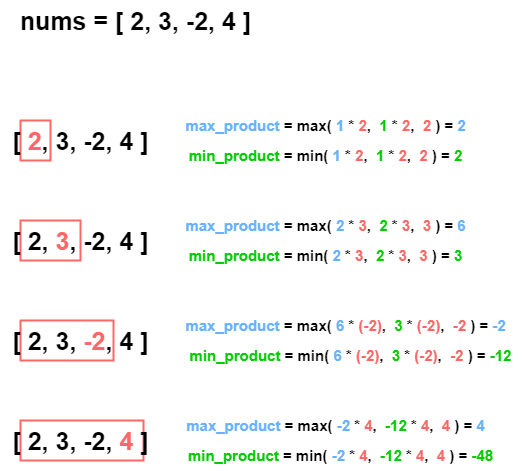
The draw.io diagram Python3/img/MaximumProductSubarray.png in ashiven/leetcode-solutions, before a commit. Source tidied: cells renumbered, new cells last; positions are measured from the earlier drawing's top-left corner, leaving out a move shared by most shapes. Its diagram source:
```xml
<mxGraphModel>
  <root>
    <mxCell id="0" />
    <mxCell id="1" parent="0" />
    <mxCell id="2" style="rounded=0;whiteSpace=wrap;html=1;fillColor=none;strokeWidth=2;strokeColor=#FF6666;" parent="1" vertex="1">
      <mxGeometry x="20" y="420" width="123" height="40" as="geometry" />
    </mxCell>
    <mxCell id="3" style="rounded=0;whiteSpace=wrap;html=1;fillColor=none;strokeWidth=2;strokeColor=#FF6666;" parent="1" vertex="1">
      <mxGeometry x="20" y="320" width="93" height="40" as="geometry" />
    </mxCell>
    <mxCell id="4" style="rounded=0;whiteSpace=wrap;html=1;fillColor=none;strokeWidth=2;strokeColor=#FF6666;" parent="1" vertex="1">
      <mxGeometry x="20" y="220" width="60" height="40" as="geometry" />
    </mxCell>
    <mxCell id="5" style="rounded=0;whiteSpace=wrap;html=1;fillColor=none;strokeWidth=2;strokeColor=#FF6666;" parent="1" vertex="1">
      <mxGeometry x="20" y="120" width="30" height="40" as="geometry" />
    </mxCell>
    <mxCell id="6" value="nums = [ 2, 3, -2, 4 ]" style="text;html=1;align=center;verticalAlign=middle;strokeColor=none;fillColor=none;fontSize=25;fontStyle=1;" parent="1" vertex="1">
      <mxGeometry x="10" width="250" height="40" as="geometry" />
    </mxCell>
    <mxCell id="7" value="[ &lt;font color=&quot;#ff6666&quot;&gt;2&lt;/font&gt;, 3, -2, 4 ]" style="text;html=1;align=center;verticalAlign=middle;strokeColor=none;fillColor=none;fontSize=25;fontStyle=1;" parent="1" vertex="1">
      <mxGeometry y="120" width="160" height="40" as="geometry" />
    </mxCell>
    <mxCell id="8" value="&lt;font color=&quot;#66b2ff&quot;&gt;max_product &lt;/font&gt;=&lt;font color=&quot;#66b2ff&quot;&gt; &lt;/font&gt;max( &lt;font color=&quot;#66b2ff&quot;&gt;1&lt;/font&gt; * &lt;font color=&quot;#ff6666&quot;&gt;2&lt;/font&gt;,&amp;nbsp;&amp;nbsp;&lt;font color=&quot;#00cc00&quot;&gt;1&lt;/font&gt; * &lt;font color=&quot;#ff6666&quot;&gt;2&lt;/font&gt;,&amp;nbsp; &lt;font color=&quot;#ff6666&quot;&gt;2&lt;/font&gt; )&lt;font color=&quot;#66b2ff&quot;&gt; &lt;/font&gt;= &lt;font color=&quot;#66b2ff&quot;&gt;2&lt;/font&gt;" style="text;html=1;align=center;verticalAlign=middle;strokeColor=none;fillColor=none;fontSize=15;fontStyle=1;" parent="1" vertex="1">
      <mxGeometry x="175" y="110" width="300" height="30" as="geometry" />
    </mxCell>
    <mxCell id="9" value="&lt;font color=&quot;#00cc00&quot;&gt;min_product &lt;/font&gt;=&lt;font color=&quot;#00cc00&quot;&gt; &lt;/font&gt;min( &lt;font color=&quot;#66b2ff&quot;&gt;1&lt;/font&gt; * &lt;font color=&quot;#ff6666&quot;&gt;2&lt;/font&gt;,&amp;nbsp;&amp;nbsp;&lt;font color=&quot;#00cc00&quot;&gt;1&lt;/font&gt; * &lt;font color=&quot;#ff6666&quot;&gt;2&lt;/font&gt;,&amp;nbsp; &lt;font color=&quot;#ff6666&quot;&gt;2&lt;/font&gt; )&lt;font color=&quot;#00cc00&quot;&gt; &lt;/font&gt;= &lt;font color=&quot;#00cc00&quot;&gt;2&lt;/font&gt;" style="text;html=1;align=center;verticalAlign=middle;strokeColor=none;fillColor=none;fontSize=15;fontStyle=1;" parent="1" vertex="1">
      <mxGeometry x="175" y="140" width="300" height="30" as="geometry" />
    </mxCell>
    <mxCell id="10" value="[ 2, &lt;font color=&quot;#ff6666&quot;&gt;3&lt;/font&gt;, -2, 4 ]" style="text;html=1;align=center;verticalAlign=middle;strokeColor=none;fillColor=none;fontSize=25;fontStyle=1;" parent="1" vertex="1">
      <mxGeometry y="220" width="160" height="40" as="geometry" />
    </mxCell>
    <mxCell id="11" value="&lt;font color=&quot;#66b2ff&quot;&gt;max_product&lt;/font&gt; = max( &lt;font color=&quot;#66b2ff&quot;&gt;2&lt;/font&gt; * &lt;font color=&quot;#ff6666&quot;&gt;3&lt;/font&gt;,&amp;nbsp; &lt;font color=&quot;#00cc00&quot;&gt;2&lt;/font&gt; * &lt;font color=&quot;#ff6666&quot;&gt;3&lt;/font&gt;,&amp;nbsp; &lt;font color=&quot;#ff6666&quot;&gt;3&lt;/font&gt; ) = &lt;font color=&quot;#66b2ff&quot;&gt;6&lt;/font&gt;" style="text;html=1;align=center;verticalAlign=middle;strokeColor=none;fillColor=none;fontSize=15;fontStyle=1;" parent="1" vertex="1">
      <mxGeometry x="175" y="210" width="300" height="30" as="geometry" />
    </mxCell>
    <mxCell id="12" value="&lt;font color=&quot;#00cc00&quot;&gt;min_product&lt;/font&gt; = min(&amp;nbsp;&lt;font style=&quot;border-color: var(--border-color);&quot; color=&quot;#66b2ff&quot;&gt;2&lt;/font&gt;&amp;nbsp;*&amp;nbsp;&lt;font style=&quot;border-color: var(--border-color);&quot; color=&quot;#ff6666&quot;&gt;3&lt;/font&gt;,&amp;nbsp;&amp;nbsp;&lt;font style=&quot;border-color: var(--border-color);&quot; color=&quot;#00cc00&quot;&gt;2&lt;/font&gt;&amp;nbsp;*&amp;nbsp;&lt;font style=&quot;border-color: var(--border-color);&quot; color=&quot;#ff6666&quot;&gt;3&lt;/font&gt;,&amp;nbsp;&amp;nbsp;&lt;font style=&quot;border-color: var(--border-color);&quot; color=&quot;#ff6666&quot;&gt;3&lt;/font&gt;&amp;nbsp;)&amp;nbsp;= &lt;font color=&quot;#00cc00&quot;&gt;3&lt;/font&gt;" style="text;html=1;align=center;verticalAlign=middle;strokeColor=none;fillColor=none;fontSize=15;fontStyle=1;" parent="1" vertex="1">
      <mxGeometry x="175" y="240" width="300" height="30" as="geometry" />
    </mxCell>
    <mxCell id="13" value="[ 2, 3, &lt;font color=&quot;#ff6666&quot;&gt;-2&lt;/font&gt;, 4 ]" style="text;html=1;align=center;verticalAlign=middle;strokeColor=none;fillColor=none;fontSize=25;fontStyle=1;" parent="1" vertex="1">
      <mxGeometry y="320" width="160" height="40" as="geometry" />
    </mxCell>
    <mxCell id="14" value="&lt;font color=&quot;#66b2ff&quot;&gt;max_product&lt;/font&gt; = max( &lt;font color=&quot;#66b2ff&quot;&gt;6&lt;/font&gt; * &lt;font color=&quot;#ff6666&quot;&gt;(-2)&lt;/font&gt;,&amp;nbsp; &lt;font color=&quot;#00cc00&quot;&gt;3&lt;/font&gt; * &lt;font color=&quot;#ff6666&quot;&gt;(-2)&lt;/font&gt;,&amp;nbsp; &lt;font color=&quot;#ff6666&quot;&gt;-2&lt;/font&gt; ) = &lt;font color=&quot;#66b2ff&quot;&gt;-2&lt;/font&gt;" style="text;html=1;align=center;verticalAlign=middle;strokeColor=none;fillColor=none;fontSize=15;fontStyle=1;" parent="1" vertex="1">
      <mxGeometry x="175" y="310" width="340" height="30" as="geometry" />
    </mxCell>
    <mxCell id="15" value="&lt;font color=&quot;#00cc00&quot;&gt;min_product&lt;/font&gt; = min(&amp;nbsp;&lt;font style=&quot;border-color: var(--border-color);&quot; color=&quot;#66b2ff&quot;&gt;6&lt;/font&gt;&amp;nbsp;*&amp;nbsp;&lt;font style=&quot;border-color: var(--border-color);&quot; color=&quot;#ff6666&quot;&gt;(-2)&lt;/font&gt;,&amp;nbsp;&amp;nbsp;&lt;font style=&quot;border-color: var(--border-color);&quot; color=&quot;#00cc00&quot;&gt;3&lt;/font&gt;&amp;nbsp;*&amp;nbsp;&lt;font style=&quot;border-color: var(--border-color);&quot; color=&quot;#ff6666&quot;&gt;(-2)&lt;/font&gt;,&amp;nbsp;&amp;nbsp;&lt;font style=&quot;border-color: var(--border-color);&quot; color=&quot;#ff6666&quot;&gt;-2&lt;/font&gt;&amp;nbsp;)&amp;nbsp;= &lt;font color=&quot;#00cc00&quot;&gt;-12&lt;/font&gt;" style="text;html=1;align=center;verticalAlign=middle;strokeColor=none;fillColor=none;fontSize=15;fontStyle=1;" parent="1" vertex="1">
      <mxGeometry x="175" y="340" width="350" height="30" as="geometry" />
    </mxCell>
    <mxCell id="16" value="[ 2, 3, -2, &lt;font color=&quot;#ff6666&quot;&gt;4&lt;/font&gt; ]" style="text;html=1;align=center;verticalAlign=middle;strokeColor=none;fillColor=none;fontSize=25;fontStyle=1;" parent="1" vertex="1">
      <mxGeometry y="420" width="160" height="40" as="geometry" />
    </mxCell>
    <mxCell id="17" value="&lt;font color=&quot;#66b2ff&quot;&gt;max_product&lt;/font&gt; = max( &lt;font color=&quot;#66b2ff&quot;&gt;-2&lt;/font&gt; * &lt;font color=&quot;#ff6666&quot;&gt;4&lt;/font&gt;,&amp;nbsp; &lt;font color=&quot;#00cc00&quot;&gt;-12&lt;/font&gt; * &lt;font color=&quot;#ff6666&quot;&gt;4&lt;/font&gt;,&amp;nbsp; &lt;font color=&quot;#ff6666&quot;&gt;4&lt;/font&gt; ) = &lt;font color=&quot;#66b2ff&quot;&gt;4&lt;/font&gt;" style="text;html=1;align=center;verticalAlign=middle;strokeColor=none;fillColor=none;fontSize=15;fontStyle=1;" parent="1" vertex="1">
      <mxGeometry x="175" y="410" width="320" height="30" as="geometry" />
    </mxCell>
    <mxCell id="18" value="&lt;font color=&quot;#00cc00&quot;&gt;min_product&lt;/font&gt; = min(&amp;nbsp;&lt;font style=&quot;border-color: var(--border-color);&quot; color=&quot;#66b2ff&quot;&gt;-2&lt;/font&gt;&amp;nbsp;*&amp;nbsp;&lt;font style=&quot;border-color: var(--border-color);&quot; color=&quot;#ff6666&quot;&gt;4&lt;/font&gt;,&amp;nbsp;&amp;nbsp;&lt;font style=&quot;border-color: var(--border-color);&quot; color=&quot;#00cc00&quot;&gt;-12&lt;/font&gt;&amp;nbsp;*&amp;nbsp;&lt;font style=&quot;border-color: var(--border-color);&quot; color=&quot;#ff6666&quot;&gt;4&lt;/font&gt;,&amp;nbsp;&amp;nbsp;&lt;font style=&quot;border-color: var(--border-color);&quot; color=&quot;#ff6666&quot;&gt;4&lt;/font&gt;&amp;nbsp;)&amp;nbsp;= &lt;font color=&quot;#00cc00&quot;&gt;-48&lt;/font&gt;" style="text;html=1;align=center;verticalAlign=middle;strokeColor=none;fillColor=none;fontSize=15;fontStyle=1;" parent="1" vertex="1">
      <mxGeometry x="175" y="440" width="330" height="30" as="geometry" />
    </mxCell>
  </root>
</mxGraphModel>
```
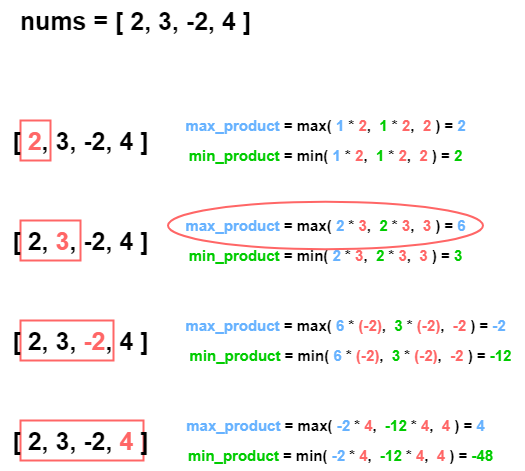
After the commit.

Change to the diagram source:
```diff
@@ -53,5 +53,8 @@
     <mxCell id="18" value="&lt;font color=&quot;#00cc00&quot;&gt;min_product&lt;/font&gt; = min(&amp;nbsp;&lt;font style=&quot;border-color: var(--border-color);&quot; color=&quot;#66b2ff&quot;&gt;-2&lt;/font&gt;&amp;nbsp;*&amp;nbsp;&lt;font style=&quot;border-color: var(--border-color);&quot; color=&quot;#ff6666&quot;&gt;4&lt;/font&gt;,&amp;nbsp;&amp;nbsp;&lt;font style=&quot;border-color: var(--border-color);&quot; color=&quot;#00cc00&quot;&gt;-12&lt;/font&gt;&amp;nbsp;*&amp;nbsp;&lt;font style=&quot;border-color: var(--border-color);&quot; color=&quot;#ff6666&quot;&gt;4&lt;/font&gt;,&amp;nbsp;&amp;nbsp;&lt;font style=&quot;border-color: var(--border-color);&quot; color=&quot;#ff6666&quot;&gt;4&lt;/font&gt;&amp;nbsp;)&amp;nbsp;= &lt;font color=&quot;#00cc00&quot;&gt;-48&lt;/font&gt;" style="text;html=1;align=center;verticalAlign=middle;strokeColor=none;fillColor=none;fontSize=15;fontStyle=1;" parent="1" vertex="1">
       <mxGeometry x="175" y="440" width="330" height="30" as="geometry" />
     </mxCell>
+    <mxCell id="19" style="ellipse;whiteSpace=wrap;html=1;fillColor=none;strokeWidth=2;strokeColor=#FF6666;" parent="1" vertex="1">
+      <mxGeometry x="167.5" y="201.2" width="315" height="47.5" as="geometry" />
+    </mxCell>
   </root>
 </mxGraphModel>
```
